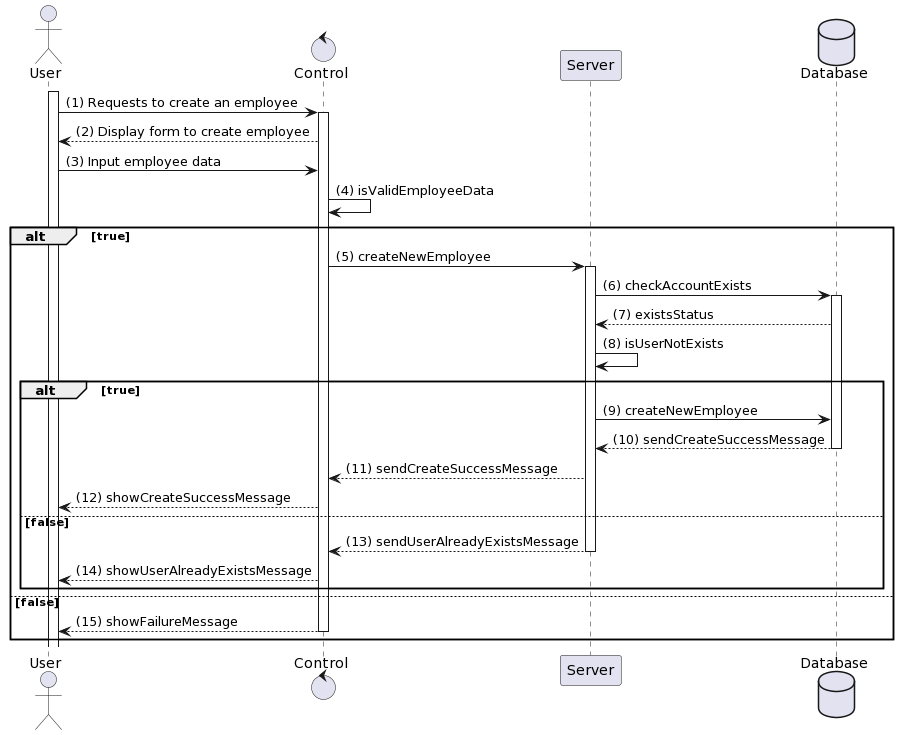
The PlantUML diagram Lab 1/Lab 1.2/sequence_diagram/employee_management/create_account.png in H1eu69/SE357-Pratice-class, before a commit.
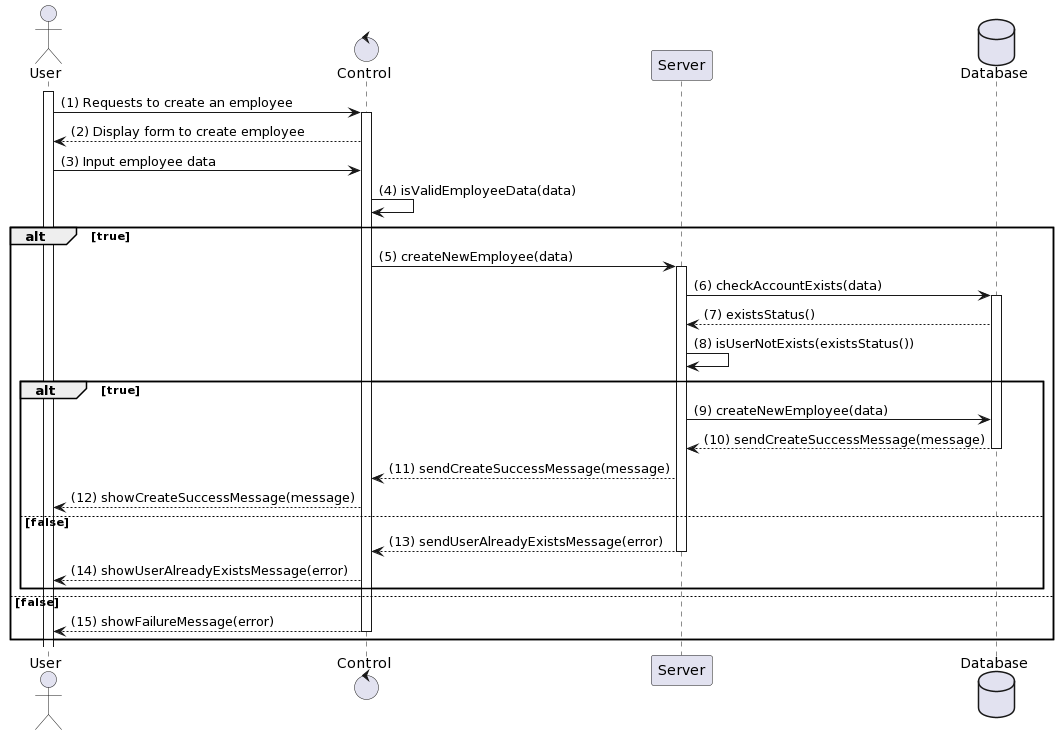
After the change.

What changed in the source:
```diff
@@ -5,32 +5,31 @@
 database Database
 
 activate User
-activate User
 User -> C: (1) Requests to create an employee
 activate C
 C --> User: (2) Display form to create employee
 User -> C: (3) Input employee data
-C -> C: (4) isValidEmployeeData
+C -> C: (4) isValidEmployeeData(data)
 alt true
-    C -> S: (5) createNewEmployee
+    C -> S: (5) createNewEmployee(data)
     activate S
-    S -> Database: (6) checkAccountExists
+    S -> Database: (6) checkAccountExists(data)
     activate Database
-    Database --> S: (7) existsStatus
-    S -> S: (8) isUserNotExists
+    Database --> S: (7) existsStatus()
+    S -> S: (8) isUserNotExists(existsStatus())
     alt true
-        S -> Database: (9) createNewEmployee
-        Database --> S: (10) sendCreateSuccessMessage
+        S -> Database: (9) createNewEmployee(data)
+        Database --> S: (10) sendCreateSuccessMessage(message)
         deactivate Database
-        S --> C: (11) sendCreateSuccessMessage
-        C --> User: (12) showCreateSuccessMessage
+        S --> C: (11) sendCreateSuccessMessage(message)
+        C --> User: (12) showCreateSuccessMessage(message)
     else false
-        S --> C: (13) sendUserAlreadyExistsMessage
+        S --> C: (13) sendUserAlreadyExistsMessage(error)
         deactivate S
-        C --> User: (14) showUserAlreadyExistsMessage
+        C --> User: (14) showUserAlreadyExistsMessage(error)
     end
 else false
-    C --> User: (15) showFailureMessage
+    C --> User: (15) showFailureMessage(error)
     deactivate C
 end
 @enduml
```
